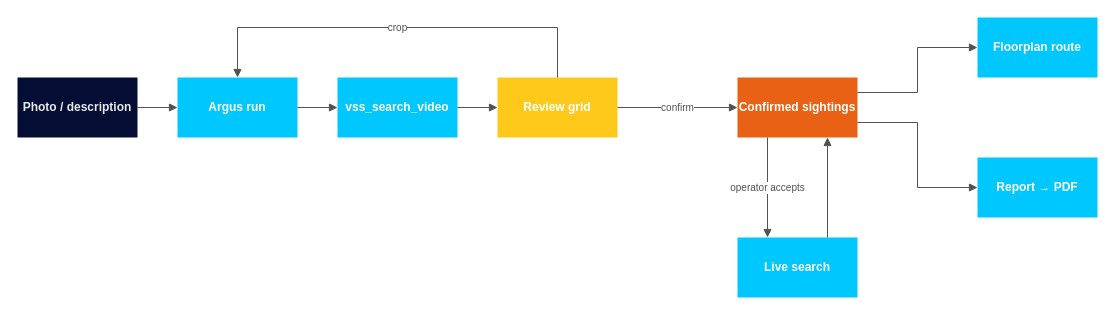
The draw.io diagram virtual-security-guard-agent/docs/user-guide/_assets/drawio/vsg-investigation-flow.drawio in open-edge-platform/metro-ai-suite, before the edit. Source tidied: cells renumbered, new cells numbered last; positions are measured from the earlier drawing's top-left corner, leaving out a move shared by most shapes. Both pictures are drawn from the tidied source at 100%, with x=0, y=0 at pixel (17, 17).
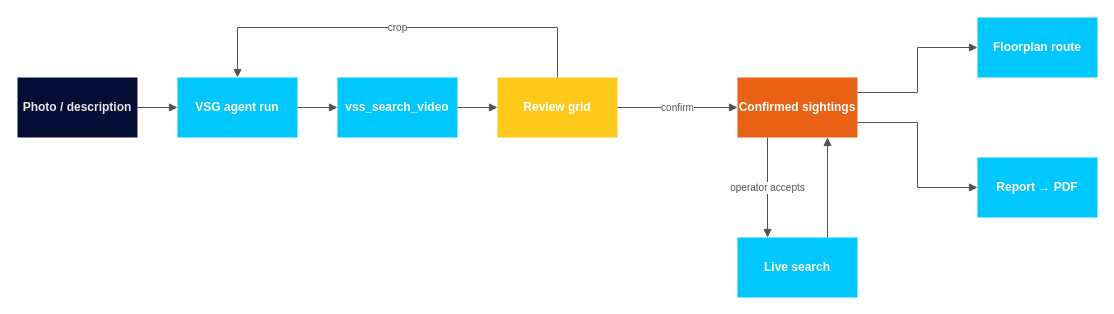
Above is the later version.

The edit, as a diff of the source:
```diff
@@
-    <mxCell id="3" value="&lt;b&gt;Argus run&lt;/b&gt;" style="rounded=0;whiteSpace=wrap;html=1;fillColor=light-dark(#00C7FD,#00C7FD);fontColor=light-dark(#FFFFFF,#040E35);strokeColor=none;" parent="1" vertex="1">
+    <mxCell id="3" value="&lt;b&gt;VSG agent run&lt;/b&gt;" style="rounded=0;whiteSpace=wrap;html=1;fillColor=light-dark(#00C7FD,#00C7FD);fontColor=light-dark(#FFFFFF,#040E35);strokeColor=none;" parent="1" vertex="1">
       <mxGeometry x="160" y="60" width="120" height="60" as="geometry" />
     </mxCell>
```
